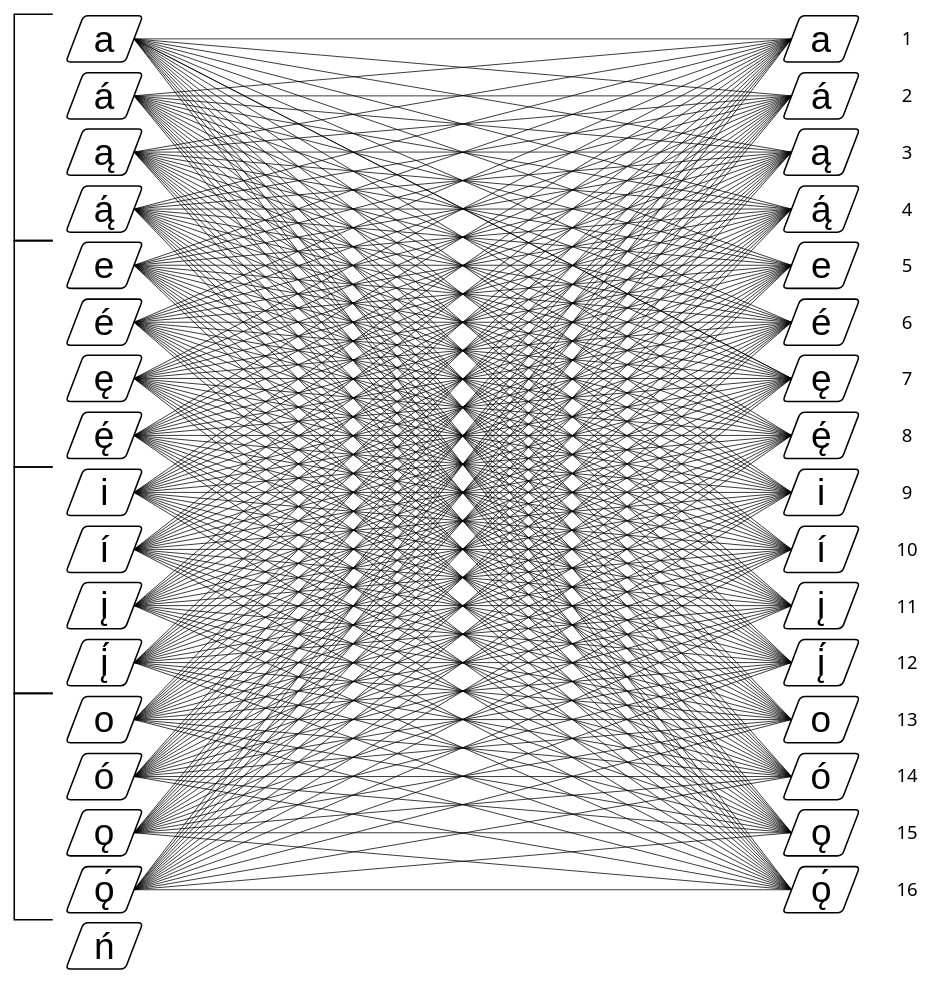
This is Associated Diagrams/Navaho Vowel Network_v2.drawio from OJB-Quantum/Navaho-Linguistics, a draw.io file, before an edit. Source tidied: cells renumbered, new cells numbered last; positions are measured from the earlier drawing's top-left corner, leaving out a move shared by most shapes. Both pictures are drawn from the tidied source at 77%, with x=0, y=0 at pixel (14, 14).
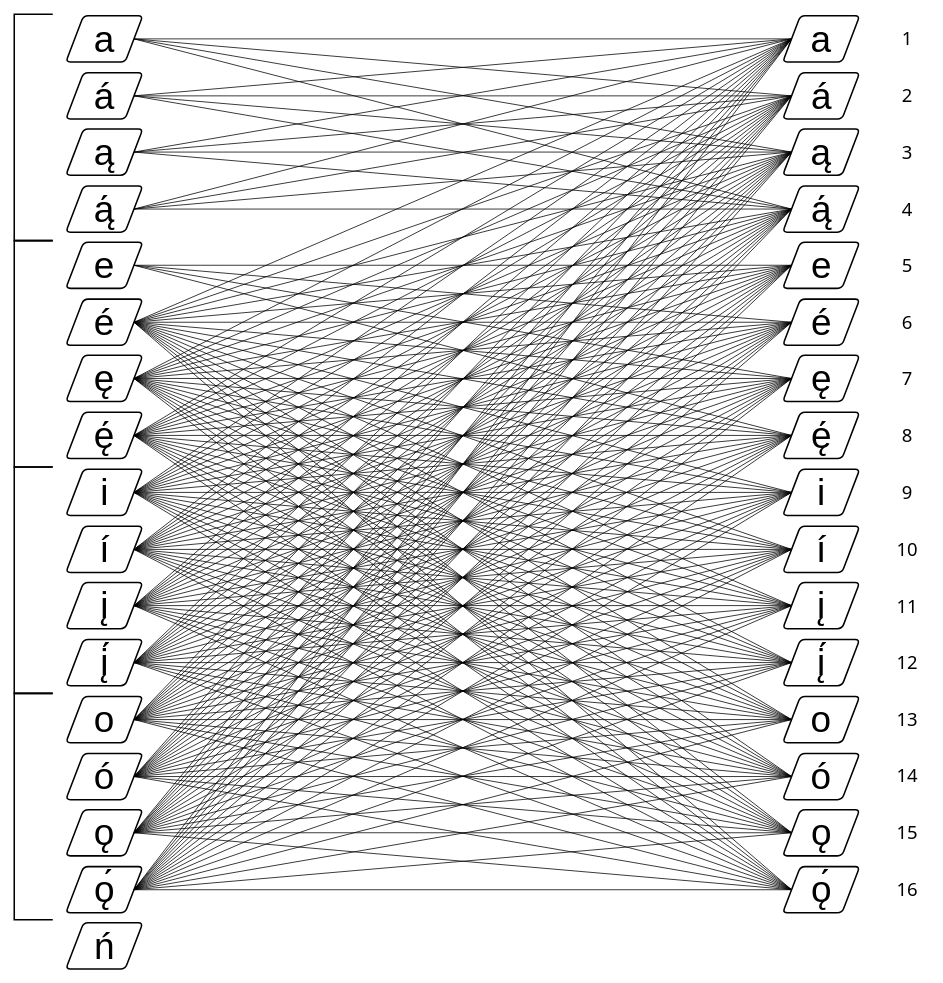
After the change.

The change refers to these unchanged cells:
```xml
<mxCell id="55" style="shape=parallelogram;html=1;strokeWidth=2;perimeter=parallelogramPerimeter;whiteSpace=wrap;rounded=1;arcSize=12;size=0.23;fontFamily=IBM Plex Sans;" parent="1" vertex="1">
  <mxGeometry x="67" y="2" width="100" height="60" as="geometry" />
</mxCell>
<mxCell id="57" style="shape=parallelogram;html=1;strokeWidth=2;perimeter=parallelogramPerimeter;whiteSpace=wrap;rounded=1;arcSize=12;size=0.23;fontFamily=IBM Plex Sans;" parent="1" vertex="1">
  <mxGeometry x="67" y="76" width="100" height="60" as="geometry" />
</mxCell>
<mxCell id="59" style="shape=parallelogram;html=1;strokeWidth=2;perimeter=parallelogramPerimeter;whiteSpace=wrap;rounded=1;arcSize=12;size=0.23;fontFamily=IBM Plex Sans;" parent="1" vertex="1">
  <mxGeometry x="67" y="149" width="100" height="60" as="geometry" />
</mxCell>
<mxCell id="61" style="shape=parallelogram;html=1;strokeWidth=2;perimeter=parallelogramPerimeter;whiteSpace=wrap;rounded=1;arcSize=12;size=0.23;fontFamily=IBM Plex Sans;" parent="1" vertex="1">
  <mxGeometry x="67" y="223" width="100" height="60" as="geometry" />
</mxCell>
<mxCell id="63" style="shape=parallelogram;html=1;strokeWidth=2;perimeter=parallelogramPerimeter;whiteSpace=wrap;rounded=1;arcSize=12;size=0.23;fontFamily=IBM Plex Sans;" parent="1" vertex="1">
  <mxGeometry x="67" y="296" width="100" height="60" as="geometry" />
</mxCell>
<mxCell id="89" style="shape=parallelogram;html=1;strokeWidth=2;perimeter=parallelogramPerimeter;whiteSpace=wrap;rounded=1;arcSize=12;size=0.23;fontFamily=IBM Plex Sans;" parent="1" vertex="1">
  <mxGeometry x="998" y="2" width="100" height="60" as="geometry" />
</mxCell>
<mxCell id="91" style="shape=parallelogram;html=1;strokeWidth=2;perimeter=parallelogramPerimeter;whiteSpace=wrap;rounded=1;arcSize=12;size=0.23;fontFamily=IBM Plex Sans;" parent="1" vertex="1">
  <mxGeometry x="998" y="76" width="100" height="60" as="geometry" />
</mxCell>
<mxCell id="93" style="shape=parallelogram;html=1;strokeWidth=2;perimeter=parallelogramPerimeter;whiteSpace=wrap;rounded=1;arcSize=12;size=0.23;fontFamily=IBM Plex Sans;" parent="1" vertex="1">
  <mxGeometry x="998" y="149" width="100" height="60" as="geometry" />
</mxCell>
<mxCell id="95" style="shape=parallelogram;html=1;strokeWidth=2;perimeter=parallelogramPerimeter;whiteSpace=wrap;rounded=1;arcSize=12;size=0.23;fontFamily=IBM Plex Sans;" parent="1" vertex="1">
  <mxGeometry x="998" y="223" width="100" height="60" as="geometry" />
</mxCell>
<mxCell id="97" style="shape=parallelogram;html=1;strokeWidth=2;perimeter=parallelogramPerimeter;whiteSpace=wrap;rounded=1;arcSize=12;size=0.23;fontFamily=IBM Plex Sans;" parent="1" vertex="1">
  <mxGeometry x="998" y="296" width="100" height="60" as="geometry" />
</mxCell>
<mxCell id="99" style="shape=parallelogram;html=1;strokeWidth=2;perimeter=parallelogramPerimeter;whiteSpace=wrap;rounded=1;arcSize=12;size=0.23;fontFamily=IBM Plex Sans;" parent="1" vertex="1">
  <mxGeometry x="998" y="370" width="100" height="60" as="geometry" />
</mxCell>
<mxCell id="101" style="shape=parallelogram;html=1;strokeWidth=2;perimeter=parallelogramPerimeter;whiteSpace=wrap;rounded=1;arcSize=12;size=0.23;fontFamily=IBM Plex Sans;" parent="1" vertex="1">
  <mxGeometry x="998" y="443" width="100" height="60" as="geometry" />
</mxCell>
<mxCell id="103" style="shape=parallelogram;html=1;strokeWidth=2;perimeter=parallelogramPerimeter;whiteSpace=wrap;rounded=1;arcSize=12;size=0.23;fontFamily=IBM Plex Sans;" parent="1" vertex="1">
  <mxGeometry x="998" y="517" width="100" height="60" as="geometry" />
</mxCell>
<mxCell id="105" style="shape=parallelogram;html=1;strokeWidth=2;perimeter=parallelogramPerimeter;whiteSpace=wrap;rounded=1;arcSize=12;size=0.23;fontFamily=IBM Plex Sans;" parent="1" vertex="1">
  <mxGeometry x="998" y="591" width="100" height="60" as="geometry" />
</mxCell>
<mxCell id="107" style="shape=parallelogram;html=1;strokeWidth=2;perimeter=parallelogramPerimeter;whiteSpace=wrap;rounded=1;arcSize=12;size=0.23;fontFamily=IBM Plex Sans;" parent="1" vertex="1">
  <mxGeometry x="998" y="665" width="100" height="60" as="geometry" />
</mxCell>
<mxCell id="109" style="shape=parallelogram;html=1;strokeWidth=2;perimeter=parallelogramPerimeter;whiteSpace=wrap;rounded=1;arcSize=12;size=0.23;fontFamily=IBM Plex Sans;" parent="1" vertex="1">
  <mxGeometry x="998" y="738" width="100" height="60" as="geometry" />
</mxCell>
<mxCell id="111" style="shape=parallelogram;html=1;strokeWidth=2;perimeter=parallelogramPerimeter;whiteSpace=wrap;rounded=1;arcSize=12;size=0.23;fontFamily=IBM Plex Sans;" parent="1" vertex="1">
  <mxGeometry x="998" y="812" width="100" height="60" as="geometry" />
</mxCell>
<mxCell id="113" style="shape=parallelogram;html=1;strokeWidth=2;perimeter=parallelogramPerimeter;whiteSpace=wrap;rounded=1;arcSize=12;size=0.23;fontFamily=IBM Plex Sans;" parent="1" vertex="1">
  <mxGeometry x="998" y="886" width="100" height="60" as="geometry" />
</mxCell>
<mxCell id="115" style="shape=parallelogram;html=1;strokeWidth=2;perimeter=parallelogramPerimeter;whiteSpace=wrap;rounded=1;arcSize=12;size=0.23;fontFamily=IBM Plex Sans;" parent="1" vertex="1">
  <mxGeometry x="998" y="960" width="100" height="60" as="geometry" />
</mxCell>
<mxCell id="117" style="shape=parallelogram;html=1;strokeWidth=2;perimeter=parallelogramPerimeter;whiteSpace=wrap;rounded=1;arcSize=12;size=0.23;fontFamily=IBM Plex Sans;" parent="1" vertex="1">
  <mxGeometry x="998" y="1033" width="100" height="60" as="geometry" />
</mxCell>
<mxCell id="119" style="shape=parallelogram;html=1;strokeWidth=2;perimeter=parallelogramPerimeter;whiteSpace=wrap;rounded=1;arcSize=12;size=0.23;fontFamily=IBM Plex Sans;" parent="1" vertex="1">
  <mxGeometry x="998" y="1107" width="100" height="60" as="geometry" />
</mxCell>
```

Change to the diagram source:
```diff
@@
-    <mxCell id="10" style="endArrow=none;html=1;rounded=0;exitX=1;exitY=0.5;exitDx=0;exitDy=0;entryX=0;entryY=0.5;entryDx=0;entryDy=0;" parent="1" edge="1" source="55" target="97">
-      <mxGeometry relative="1" as="geometry" />
-    </mxCell>
-    <mxCell id="11" style="endArrow=none;html=1;rounded=0;exitX=1;exitY=0.5;exitDx=0;exitDy=0;entryX=0;entryY=0.5;entryDx=0;entryDy=0;" parent="1" edge="1" source="55" target="99">
-      <mxGeometry relative="1" as="geometry" />
-    </mxCell>
-    <mxCell id="12" style="endArrow=none;html=1;rounded=0;exitX=1;exitY=0.5;exitDx=0;exitDy=0;entryX=0;entryY=0.5;entryDx=0;entryDy=0;" parent="1" edge="1" source="55" target="101">
-      <mxGeometry relative="1" as="geometry" />
-    </mxCell>
-    <mxCell id="13" style="endArrow=none;html=1;rounded=0;exitX=1;exitY=0.5;exitDx=0;exitDy=0;entryX=0;entryY=0.5;entryDx=0;entryDy=0;" parent="1" edge="1" source="55" target="101">
-      <mxGeometry relative="1" as="geometry" />
-    </mxCell>
-    <mxCell id="14" style="endArrow=none;html=1;rounded=0;entryX=0;entryY=0.5;entryDx=0;entryDy=0;exitX=1;exitY=0.5;exitDx=0;exitDy=0;" parent="1" edge="1" source="55" target="103">
-      <mxGeometry relative="1" as="geometry" />
-    </mxCell>
-    <mxCell id="15" style="endArrow=none;html=1;rounded=0;entryX=0;entryY=0.5;entryDx=0;entryDy=0;exitX=1;exitY=0.5;exitDx=0;exitDy=0;" parent="1" edge="1" source="55" target="105">
-      <mxGeometry relative="1" as="geometry" />
-    </mxCell>
-    <mxCell id="16" style="endArrow=none;html=1;rounded=0;entryX=0;entryY=0.5;entryDx=0;entryDy=0;exitX=1;exitY=0.5;exitDx=0;exitDy=0;" parent="1" edge="1" source="55" target="107">
-      <mxGeometry relative="1" as="geometry" />
-    </mxCell>
-    <mxCell id="17" style="endArrow=none;html=1;rounded=0;entryX=0;entryY=0.5;entryDx=0;entryDy=0;exitX=1;exitY=0.5;exitDx=0;exitDy=0;" parent="1" edge="1" source="55" target="109">
-      <mxGeometry relative="1" as="geometry" />
-    </mxCell>
-    <mxCell id="18" style="endArrow=none;html=1;rounded=0;entryX=0;entryY=0.5;entryDx=0;entryDy=0;exitX=1;exitY=0.5;exitDx=0;exitDy=0;" parent="1" edge="1" source="55" target="111">
-      <mxGeometry relative="1" as="geometry" />
-    </mxCell>
-    <mxCell id="19" style="endArrow=none;html=1;rounded=0;entryX=0;entryY=0.5;entryDx=0;entryDy=0;exitX=1;exitY=0.5;exitDx=0;exitDy=0;" parent="1" edge="1" source="55" target="113">
-      <mxGeometry relative="1" as="geometry" />
-    </mxCell>
-    <mxCell id="20" style="endArrow=none;html=1;rounded=0;entryX=0;entryY=0.5;entryDx=0;entryDy=0;exitX=1;exitY=0.5;exitDx=0;exitDy=0;" parent="1" edge="1" source="55" target="115">
-      <mxGeometry relative="1" as="geometry" />
-    </mxCell>
-    <mxCell id="21" style="endArrow=none;html=1;rounded=0;entryX=0;entryY=0.5;entryDx=0;entryDy=0;exitX=1;exitY=0.5;exitDx=0;exitDy=0;" parent="1" edge="1" source="55" target="117">
-      <mxGeometry relative="1" as="geometry" />
-    </mxCell>
-    <mxCell id="22" style="endArrow=none;html=1;rounded=0;entryX=0;entryY=0.5;entryDx=0;entryDy=0;exitX=1;exitY=0.5;exitDx=0;exitDy=0;" parent="1" edge="1" source="55" target="119">
-      <mxGeometry relative="1" as="geometry" />
-    </mxCell>
@@
-    <mxCell id="26" style="endArrow=none;html=1;rounded=0;entryX=0;entryY=0.5;entryDx=0;entryDy=0;exitX=1;exitY=0.5;exitDx=0;exitDy=0;" parent="1" edge="1" source="63" target="89">
-      <mxGeometry relative="1" as="geometry" />
-    </mxCell>
@@
-    <mxCell id="41" style="endArrow=none;html=1;rounded=0;exitX=1;exitY=0.5;exitDx=0;exitDy=0;entryX=0;entryY=0.5;entryDx=0;entryDy=0;" parent="1" edge="1" source="57" target="97">
-      <mxGeometry relative="1" as="geometry" />
-    </mxCell>
-    <mxCell id="42" style="endArrow=none;html=1;rounded=0;exitX=1;exitY=0.5;exitDx=0;exitDy=0;entryX=0;entryY=0.5;entryDx=0;entryDy=0;" parent="1" edge="1" source="57" target="99">
-      <mxGeometry relative="1" as="geometry" />
-    </mxCell>
-    <mxCell id="43" style="endArrow=none;html=1;rounded=0;exitX=1;exitY=0.5;exitDx=0;exitDy=0;entryX=0;entryY=0.5;entryDx=0;entryDy=0;" parent="1" edge="1" source="57" target="101">
-      <mxGeometry relative="1" as="geometry" />
-    </mxCell>
-    <mxCell id="44" style="endArrow=none;html=1;rounded=0;exitX=1;exitY=0.5;exitDx=0;exitDy=0;entryX=0;entryY=0.5;entryDx=0;entryDy=0;" parent="1" edge="1" source="57" target="103">
-      <mxGeometry relative="1" as="geometry" />
-    </mxCell>
-    <mxCell id="45" style="endArrow=none;html=1;rounded=0;exitX=1;exitY=0.5;exitDx=0;exitDy=0;entryX=0;entryY=0.5;entryDx=0;entryDy=0;" parent="1" edge="1" source="57" target="105">
-      <mxGeometry relative="1" as="geometry" />
-    </mxCell>
-    <mxCell id="46" style="endArrow=none;html=1;rounded=0;entryX=0;entryY=0.5;entryDx=0;entryDy=0;exitX=1;exitY=0.5;exitDx=0;exitDy=0;" parent="1" edge="1" source="57" target="107">
-      <mxGeometry relative="1" as="geometry" />
-    </mxCell>
-    <mxCell id="47" style="endArrow=none;html=1;rounded=0;entryX=0;entryY=0.5;entryDx=0;entryDy=0;exitX=1;exitY=0.5;exitDx=0;exitDy=0;" parent="1" edge="1" source="57" target="109">
-      <mxGeometry relative="1" as="geometry" />
-    </mxCell>
-    <mxCell id="48" style="endArrow=none;html=1;rounded=0;entryX=0;entryY=0.5;entryDx=0;entryDy=0;exitX=1;exitY=0.5;exitDx=0;exitDy=0;" parent="1" edge="1" source="57" target="111">
-      <mxGeometry relative="1" as="geometry" />
-    </mxCell>
-    <mxCell id="49" style="endArrow=none;html=1;rounded=0;entryX=0;entryY=0.5;entryDx=0;entryDy=0;exitX=1;exitY=0.5;exitDx=0;exitDy=0;" parent="1" edge="1" source="57" target="113">
-      <mxGeometry relative="1" as="geometry" />
-    </mxCell>
-    <mxCell id="50" style="endArrow=none;html=1;rounded=0;entryX=0;entryY=0.5;entryDx=0;entryDy=0;exitX=1;exitY=0.5;exitDx=0;exitDy=0;" parent="1" edge="1" source="57" target="115">
-      <mxGeometry relative="1" as="geometry" />
-    </mxCell>
-    <mxCell id="51" style="endArrow=none;html=1;rounded=0;entryX=0;entryY=0.5;entryDx=0;entryDy=0;exitX=1;exitY=0.5;exitDx=0;exitDy=0;" parent="1" edge="1" source="57" target="117">
-      <mxGeometry relative="1" as="geometry" />
-    </mxCell>
-    <mxCell id="52" style="endArrow=none;html=1;rounded=0;entryX=0;entryY=0.5;entryDx=0;entryDy=0;exitX=1;exitY=0.5;exitDx=0;exitDy=0;" parent="1" edge="1" source="57" target="119">
-      <mxGeometry relative="1" as="geometry" />
-    </mxCell>
@@
-    <mxCell id="122" style="endArrow=none;html=1;rounded=0;exitX=1;exitY=0.5;exitDx=0;exitDy=0;entryX=0;entryY=0.5;entryDx=0;entryDy=0;" parent="1" edge="1" source="59" target="97">
-      <mxGeometry relative="1" as="geometry" />
-    </mxCell>
-    <mxCell id="123" style="endArrow=none;html=1;rounded=0;exitX=1;exitY=0.5;exitDx=0;exitDy=0;entryX=0;entryY=0.5;entryDx=0;entryDy=0;" parent="1" edge="1" source="59" target="99">
-      <mxGeometry relative="1" as="geometry" />
-    </mxCell>
-    <mxCell id="124" style="endArrow=none;html=1;rounded=0;exitX=1;exitY=0.5;exitDx=0;exitDy=0;entryX=0;entryY=0.5;entryDx=0;entryDy=0;" parent="1" edge="1" source="59" target="101">
-      <mxGeometry relative="1" as="geometry" />
-    </mxCell>
-    <mxCell id="125" style="endArrow=none;html=1;rounded=0;exitX=1;exitY=0.5;exitDx=0;exitDy=0;entryX=0;entryY=0.5;entryDx=0;entryDy=0;" parent="1" edge="1" source="59" target="103">
-      <mxGeometry relative="1" as="geometry" />
-    </mxCell>
-    <mxCell id="126" style="endArrow=none;html=1;rounded=0;exitX=1;exitY=0.5;exitDx=0;exitDy=0;entryX=0;entryY=0.5;entryDx=0;entryDy=0;" parent="1" edge="1" source="59" target="105">
-      <mxGeometry relative="1" as="geometry" />
-    </mxCell>
-    <mxCell id="127" style="endArrow=none;html=1;rounded=0;exitX=1;exitY=0.5;exitDx=0;exitDy=0;entryX=0;entryY=0.5;entryDx=0;entryDy=0;" parent="1" edge="1" source="59" target="107">
-      <mxGeometry relative="1" as="geometry" />
-    </mxCell>
-    <mxCell id="128" style="endArrow=none;html=1;rounded=0;exitX=1;exitY=0.5;exitDx=0;exitDy=0;entryX=0;entryY=0.5;entryDx=0;entryDy=0;" parent="1" edge="1" source="59" target="109">
-      <mxGeometry relative="1" as="geometry" />
-    </mxCell>
-    <mxCell id="129" style="endArrow=none;html=1;rounded=0;exitX=1;exitY=0.5;exitDx=0;exitDy=0;entryX=0;entryY=0.5;entryDx=0;entryDy=0;" parent="1" edge="1" source="59" target="111">
-      <mxGeometry relative="1" as="geometry" />
-    </mxCell>
-    <mxCell id="130" style="endArrow=none;html=1;rounded=0;exitX=1;exitY=0.5;exitDx=0;exitDy=0;entryX=0;entryY=0.5;entryDx=0;entryDy=0;" parent="1" edge="1" source="59" target="113">
-      <mxGeometry relative="1" as="geometry" />
-    </mxCell>
-    <mxCell id="131" style="endArrow=none;html=1;rounded=0;exitX=1;exitY=0.5;exitDx=0;exitDy=0;entryX=0;entryY=0.5;entryDx=0;entryDy=0;" parent="1" edge="1" source="59" target="115">
-      <mxGeometry relative="1" as="geometry" />
-    </mxCell>
-    <mxCell id="132" style="endArrow=none;html=1;rounded=0;exitX=1;exitY=0.5;exitDx=0;exitDy=0;entryX=0;entryY=0.5;entryDx=0;entryDy=0;" parent="1" edge="1" source="59" target="117">
-      <mxGeometry relative="1" as="geometry" />
-    </mxCell>
-    <mxCell id="133" style="endArrow=none;html=1;rounded=0;exitX=1;exitY=0.5;exitDx=0;exitDy=0;entryX=0;entryY=0.5;entryDx=0;entryDy=0;" parent="1" edge="1" source="59" target="119">
-      <mxGeometry relative="1" as="geometry" />
-    </mxCell>
@@
-    <mxCell id="137" style="endArrow=none;html=1;rounded=0;exitX=1;exitY=0.5;exitDx=0;exitDy=0;entryX=0;entryY=0.5;entryDx=0;entryDy=0;" parent="1" edge="1" source="61" target="97">
-      <mxGeometry relative="1" as="geometry" />
-    </mxCell>
-    <mxCell id="138" style="endArrow=none;html=1;rounded=0;entryX=0;entryY=0.5;entryDx=0;entryDy=0;exitX=1;exitY=0.5;exitDx=0;exitDy=0;" parent="1" edge="1" source="61" target="99">
-      <mxGeometry relative="1" as="geometry" />
-    </mxCell>
-    <mxCell id="139" style="endArrow=none;html=1;rounded=0;exitX=1;exitY=0.5;exitDx=0;exitDy=0;entryX=0;entryY=0.5;entryDx=0;entryDy=0;" parent="1" edge="1" source="61" target="101">
-      <mxGeometry relative="1" as="geometry" />
-    </mxCell>
-    <mxCell id="140" style="endArrow=none;html=1;rounded=0;exitX=1;exitY=0.5;exitDx=0;exitDy=0;entryX=0;entryY=0.5;entryDx=0;entryDy=0;" parent="1" edge="1" source="61" target="103">
-      <mxGeometry relative="1" as="geometry" />
-    </mxCell>
-    <mxCell id="141" style="endArrow=none;html=1;rounded=0;exitX=1;exitY=0.5;exitDx=0;exitDy=0;entryX=0;entryY=0.5;entryDx=0;entryDy=0;" parent="1" edge="1" source="61" target="105">
-      <mxGeometry relative="1" as="geometry" />
-    </mxCell>
-    <mxCell id="142" style="endArrow=none;html=1;rounded=0;exitX=1;exitY=0.5;exitDx=0;exitDy=0;entryX=0;entryY=0.5;entryDx=0;entryDy=0;" parent="1" edge="1" source="61" target="107">
-      <mxGeometry relative="1" as="geometry" />
-    </mxCell>
-    <mxCell id="143" style="endArrow=none;html=1;rounded=0;exitX=1;exitY=0.5;exitDx=0;exitDy=0;entryX=0;entryY=0.5;entryDx=0;entryDy=0;" parent="1" edge="1" source="61" target="109">
-      <mxGeometry relative="1" as="geometry" />
-    </mxCell>
-    <mxCell id="144" style="endArrow=none;html=1;rounded=0;exitX=1;exitY=0.5;exitDx=0;exitDy=0;entryX=0;entryY=0.5;entryDx=0;entryDy=0;" parent="1" edge="1" source="61" target="111">
-      <mxGeometry relative="1" as="geometry" />
-    </mxCell>
-    <mxCell id="145" style="endArrow=none;html=1;rounded=0;exitX=1;exitY=0.5;exitDx=0;exitDy=0;entryX=0;entryY=0.5;entryDx=0;entryDy=0;" parent="1" edge="1" source="61" target="113">
-      <mxGeometry relative="1" as="geometry" />
-    </mxCell>
-    <mxCell id="146" style="endArrow=none;html=1;rounded=0;exitX=1;exitY=0.5;exitDx=0;exitDy=0;entryX=0;entryY=0.5;entryDx=0;entryDy=0;" parent="1" edge="1" source="61" target="115">
-      <mxGeometry relative="1" as="geometry" />
-    </mxCell>
-    <mxCell id="147" style="endArrow=none;html=1;rounded=0;exitX=1;exitY=0.5;exitDx=0;exitDy=0;entryX=0;entryY=0.5;entryDx=0;entryDy=0;" parent="1" edge="1" source="61" target="117">
-      <mxGeometry relative="1" as="geometry" />
-    </mxCell>
-    <mxCell id="148" style="endArrow=none;html=1;rounded=0;exitX=1;exitY=0.5;exitDx=0;exitDy=0;entryX=0;entryY=0.5;entryDx=0;entryDy=0;" parent="1" edge="1" source="61" target="119">
-      <mxGeometry relative="1" as="geometry" />
-    </mxCell>
-    <mxCell id="149" style="endArrow=none;html=1;rounded=0;exitX=1;exitY=0.5;exitDx=0;exitDy=0;entryX=0;entryY=0.5;entryDx=0;entryDy=0;" parent="1" edge="1" source="63" target="91">
-      <mxGeometry relative="1" as="geometry" />
-    </mxCell>
-    <mxCell id="150" style="endArrow=none;html=1;rounded=0;exitX=1;exitY=0.5;exitDx=0;exitDy=0;entryX=0;entryY=0.5;entryDx=0;entryDy=0;" parent="1" edge="1" source="63" target="93">
-      <mxGeometry relative="1" as="geometry" />
-    </mxCell>
-    <mxCell id="151" style="endArrow=none;html=1;rounded=0;entryX=0;entryY=0.5;entryDx=0;entryDy=0;exitX=1;exitY=0.5;exitDx=0;exitDy=0;" parent="1" edge="1" source="63" target="95">
-      <mxGeometry relative="1" as="geometry" />
-    </mxCell>
@@
-    <mxCell id="156" style="endArrow=none;html=1;rounded=0;exitX=1;exitY=0.5;exitDx=0;exitDy=0;entryX=0;entryY=0.5;entryDx=0;entryDy=0;" parent="1" edge="1" source="63" target="105">
-      <mxGeometry relative="1" as="geometry" />
-    </mxCell>
-    <mxCell id="157" style="endArrow=none;html=1;rounded=0;exitX=1;exitY=0.5;exitDx=0;exitDy=0;entryX=0;entryY=0.5;entryDx=0;entryDy=0;" parent="1" edge="1" source="63" target="107">
-      <mxGeometry relative="1" as="geometry" />
-    </mxCell>
-    <mxCell id="158" style="endArrow=none;html=1;rounded=0;exitX=1;exitY=0.5;exitDx=0;exitDy=0;entryX=0;entryY=0.5;entryDx=0;entryDy=0;" parent="1" edge="1" source="63" target="109">
-      <mxGeometry relative="1" as="geometry" />
-    </mxCell>
-    <mxCell id="159" style="endArrow=none;html=1;rounded=0;exitX=1;exitY=0.5;exitDx=0;exitDy=0;entryX=0;entryY=0.5;entryDx=0;entryDy=0;" parent="1" edge="1" source="63" target="111">
-      <mxGeometry relative="1" as="geometry" />
-    </mxCell>
-    <mxCell id="160" style="endArrow=none;html=1;rounded=0;exitX=1;exitY=0.5;exitDx=0;exitDy=0;entryX=0;entryY=0.5;entryDx=0;entryDy=0;" parent="1" edge="1" source="63" target="113">
-      <mxGeometry relative="1" as="geometry" />
-    </mxCell>
-    <mxCell id="161" style="endArrow=none;html=1;rounded=0;exitX=1;exitY=0.5;exitDx=0;exitDy=0;entryX=0;entryY=0.5;entryDx=0;entryDy=0;" parent="1" edge="1" source="63" target="115">
-      <mxGeometry relative="1" as="geometry" />
-    </mxCell>
-    <mxCell id="162" style="endArrow=none;html=1;rounded=0;exitX=1;exitY=0.5;exitDx=0;exitDy=0;entryX=0;entryY=0.5;entryDx=0;entryDy=0;" parent="1" edge="1" source="63" target="117">
-      <mxGeometry relative="1" as="geometry" />
-    </mxCell>
-    <mxCell id="163" style="endArrow=none;html=1;rounded=0;exitX=1;exitY=0.5;exitDx=0;exitDy=0;entryX=0;entryY=0.5;entryDx=0;entryDy=0;" parent="1" edge="1" source="63" target="119">
-      <mxGeometry relative="1" as="geometry" />
-    </mxCell>
```
